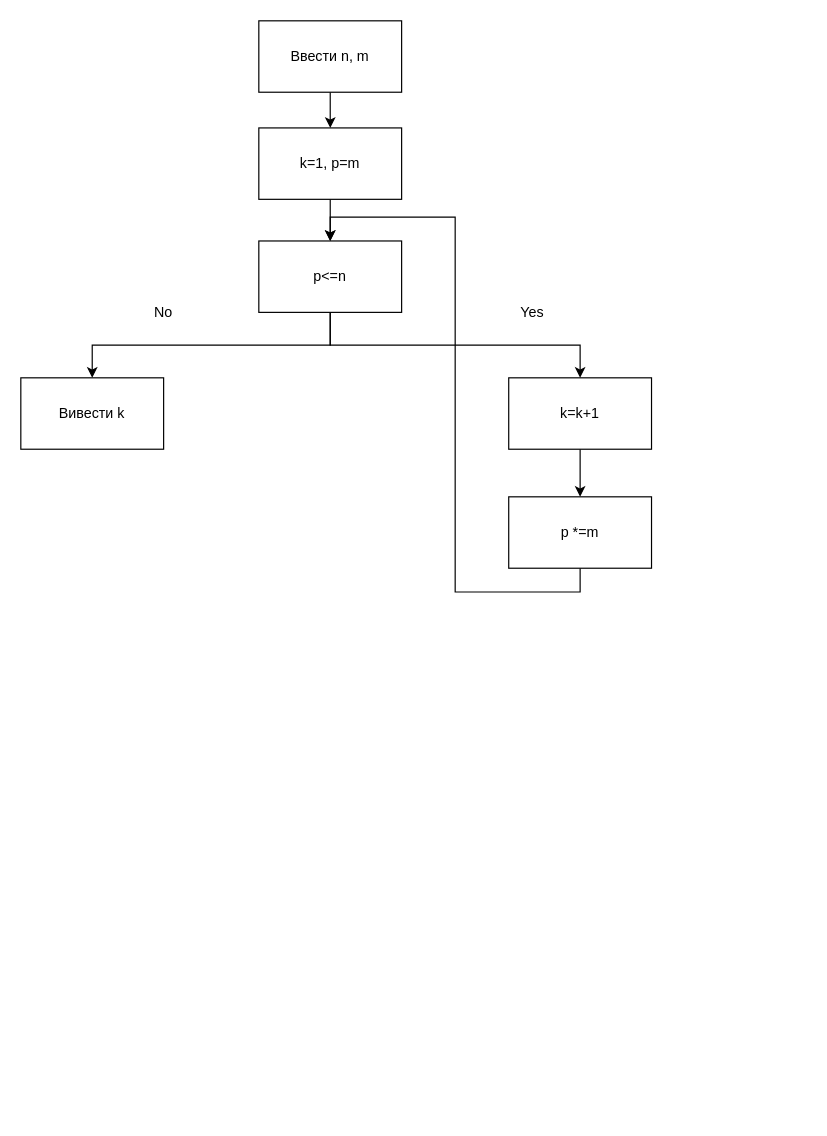
Before: 6/Диаграмма без названия.drawio in duikt588/LR_1, a draw.io diagram. Source tidied: cells renumbered, new cells numbered last; positions are measured from the earlier drawing's top-left corner, leaving out a move shared by most shapes. Both pictures are drawn from the tidied source at 119%, with x=0, y=0 at pixel (20, 20).
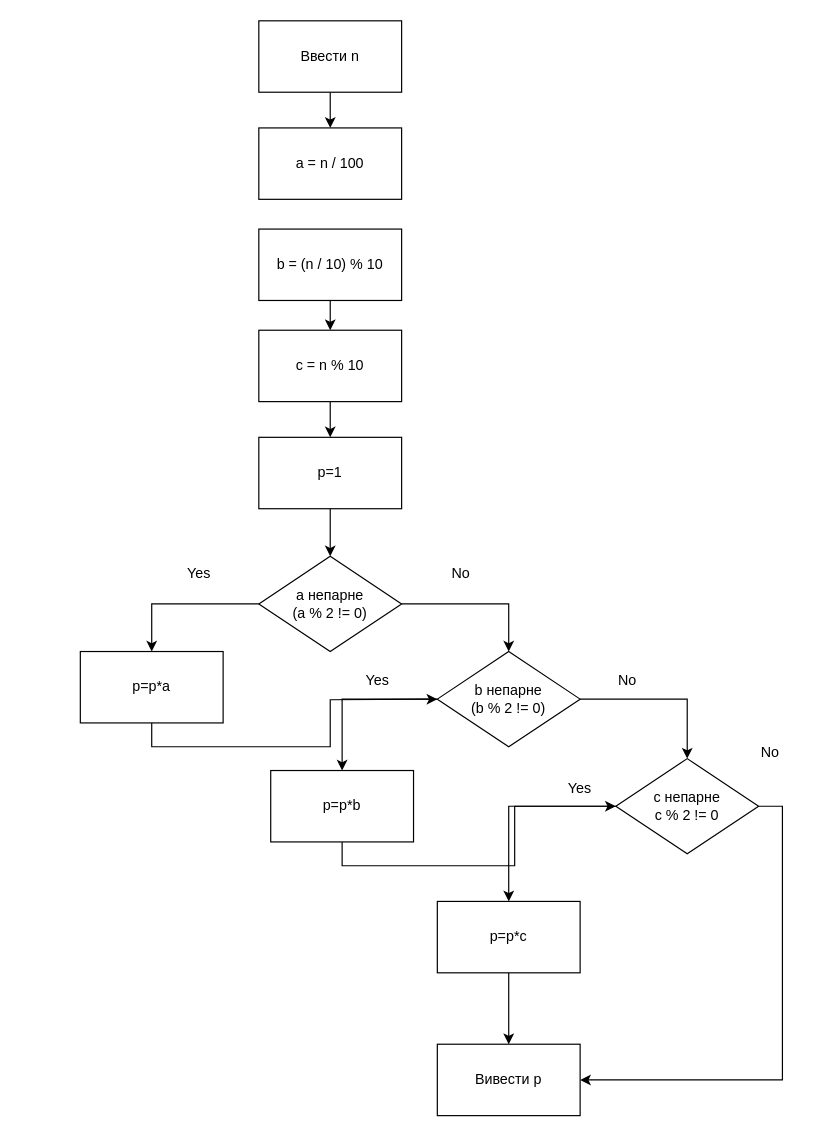
After the change.

Unchanged cells that the change refers to:
```xml
<mxCell id="3" style="rounded=0;whiteSpace=wrap;html=1;" parent="1" vertex="1">
  <mxGeometry x="200" width="120" height="60" as="geometry" />
</mxCell>
```

What changed in the source:
```diff
@@
-    <mxCell id="2" style="edgeStyle=orthogonalEdgeStyle;rounded=0;jettySize=auto;html=1;exitX=0.5;exitY=1;exitDx=0;exitDy=0;entryX=0.5;entryY=0;entryDx=0;entryDy=0;" parent="1" edge="1" source="3" target="8">
+    <mxCell id="2" style="edgeStyle=orthogonalEdgeStyle;rounded=0;jettySize=auto;html=1;" parent="1" edge="1" source="3" target="8">
       <mxGeometry relative="1" as="geometry" />
     </mxCell>
@@
-    <mxCell id="4" style="edgeStyle=orthogonalEdgeStyle;rounded=0;jettySize=auto;html=1;exitX=0.5;exitY=1;exitDx=0;exitDy=0;entryX=0.5;entryY=0;entryDx=0;entryDy=0;" parent="1" edge="1" source="5" target="18">
-      <mxGeometry relative="1" as="geometry" />
-    </mxCell>
-    <mxCell id="5" style="rounded=0;whiteSpace=wrap;html=1;" parent="1" vertex="1">
-      <mxGeometry x="410" y="300" width="120" height="60" as="geometry" />
-    </mxCell>
-    <mxCell id="6" value="Ввести n, m" style="text;html=1;whiteSpace=wrap;strokeColor=none;fillColor=none;align=center;verticalAlign=middle;rounded=0;" parent="1" vertex="1">
+    <mxCell id="6" value="Ввести n" style="text;html=1;whiteSpace=wrap;strokeColor=none;fillColor=none;align=center;verticalAlign=middle;rounded=0;" parent="1" vertex="1">
       <mxGeometry x="220" y="15" width="80" height="30" as="geometry" />
     </mxCell>
-    <mxCell id="7" style="edgeStyle=orthogonalEdgeStyle;rounded=0;jettySize=auto;html=1;exitX=0.5;exitY=1;exitDx=0;exitDy=0;entryX=0.5;entryY=0;entryDx=0;entryDy=0;" parent="1" edge="1" source="8" target="12">
-      <mxGeometry relative="1" as="geometry" />
-    </mxCell>
-    <mxCell id="8" style="rounded=0;whiteSpace=wrap;html=1;" parent="1" vertex="1">
+    <mxCell id="8" value="a = n / 100" style="rounded=0;whiteSpace=wrap;html=1;" parent="1" vertex="1">
       <mxGeometry x="200" y="90" width="120" height="60" as="geometry" />
     </mxCell>
-    <mxCell id="9" value="k=1, p=m" style="text;html=1;whiteSpace=wrap;strokeColor=none;fillColor=none;align=center;verticalAlign=middle;rounded=0;" parent="1" vertex="1">
-      <mxGeometry x="230" y="105" width="60" height="30" as="geometry" />
-    </mxCell>
-    <mxCell id="10" style="edgeStyle=orthogonalEdgeStyle;rounded=0;jettySize=auto;html=1;exitX=0.5;exitY=1;exitDx=0;exitDy=0;entryX=0.5;entryY=0;entryDx=0;entryDy=0;" parent="1" edge="1" source="12" target="14">
-      <mxGeometry relative="1" as="geometry" />
-    </mxCell>
-    <mxCell id="11" style="edgeStyle=orthogonalEdgeStyle;rounded=0;jettySize=auto;html=1;exitX=0.5;exitY=1;exitDx=0;exitDy=0;" parent="1" edge="1" source="12" target="5">
-      <mxGeometry relative="1" as="geometry" />
-    </mxCell>
-    <mxCell id="12" style="rounded=0;whiteSpace=wrap;html=1;" parent="1" vertex="1">
-      <mxGeometry x="200" y="185" width="120" height="60" as="geometry" />
-    </mxCell>
-    <mxCell id="13" value="p&amp;lt;=n" style="text;html=1;whiteSpace=wrap;strokeColor=none;fillColor=none;align=center;verticalAlign=middle;rounded=0;" parent="1" vertex="1">
-      <mxGeometry x="230" y="200" width="60" height="30" as="geometry" />
-    </mxCell>
-    <mxCell id="14" style="rounded=0;whiteSpace=wrap;html=1;" parent="1" vertex="1">
-      <mxGeometry y="300" width="120" height="60" as="geometry" />
-    </mxCell>
-    <mxCell id="15" value="Вивести k" style="text;html=1;whiteSpace=wrap;strokeColor=none;fillColor=none;align=center;verticalAlign=middle;rounded=0;" parent="1" vertex="1">
-      <mxGeometry x="30" y="315" width="60" height="30" as="geometry" />
-    </mxCell>
-    <mxCell id="16" value="k=k+1" style="text;html=1;whiteSpace=wrap;strokeColor=none;fillColor=none;align=center;verticalAlign=middle;rounded=0;" parent="1" vertex="1">
-      <mxGeometry x="440" y="315" width="60" height="30" as="geometry" />
-    </mxCell>
-    <mxCell id="17" style="edgeStyle=orthogonalEdgeStyle;rounded=0;jettySize=auto;html=1;exitX=0.5;exitY=1;exitDx=0;exitDy=0;entryX=0.5;entryY=0;entryDx=0;entryDy=0;" parent="1" edge="1" source="18" target="12">
-      <mxGeometry relative="1" as="geometry" />
-    </mxCell>
-    <mxCell id="18" value="p *=m" style="rounded=0;whiteSpace=wrap;html=1;" parent="1" vertex="1">
-      <mxGeometry x="410" y="400" width="120" height="60" as="geometry" />
-    </mxCell>
-    <mxCell id="19" value="No" style="text;html=1;whiteSpace=wrap;strokeColor=none;fillColor=none;align=center;verticalAlign=middle;rounded=0;" parent="1" vertex="1">
-      <mxGeometry x="90" y="230" width="60" height="30" as="geometry" />
-    </mxCell>
-    <mxCell id="20" value="Yes" style="text;html=1;whiteSpace=wrap;strokeColor=none;fillColor=none;align=center;verticalAlign=middle;rounded=0;" parent="1" vertex="1">
-      <mxGeometry x="400" y="230" width="60" height="30" as="geometry" />
-    </mxCell>
+    <mxCell id="21" style="edgeStyle=orthogonalEdgeStyle;rounded=0;jettySize=auto;html=1;" parent="1" edge="1" source="22" target="25">
+      <mxGeometry relative="1" as="geometry" />
+    </mxCell>
+    <mxCell id="22" style="rounded=0;whiteSpace=wrap;html=1;" parent="1" vertex="1">
+      <mxGeometry x="200" y="175" width="120" height="60" as="geometry" />
+    </mxCell>
+    <mxCell id="23" value="b = (n / 10) % 10" style="text;html=1;whiteSpace=wrap;strokeColor=none;fillColor=none;align=center;verticalAlign=middle;rounded=0;" parent="1" vertex="1">
+      <mxGeometry x="210" y="190" width="100" height="30" as="geometry" />
+    </mxCell>
+    <mxCell id="24" style="edgeStyle=orthogonalEdgeStyle;rounded=0;jettySize=auto;html=1;" parent="1" edge="1" source="25" target="27">
+      <mxGeometry relative="1" as="geometry" />
+    </mxCell>
+    <mxCell id="25" value="c = n % 10" style="rounded=0;whiteSpace=wrap;html=1;" parent="1" vertex="1">
+      <mxGeometry x="200" y="260" width="120" height="60" as="geometry" />
+    </mxCell>
+    <mxCell id="26" style="edgeStyle=orthogonalEdgeStyle;rounded=0;jettySize=auto;html=1;" parent="1" edge="1" source="27" target="30">
+      <mxGeometry relative="1" as="geometry" />
+    </mxCell>
+    <mxCell id="27" value="p=1" style="rounded=0;whiteSpace=wrap;html=1;" parent="1" vertex="1">
+      <mxGeometry x="200" y="350" width="120" height="60" as="geometry" />
+    </mxCell>
+    <mxCell id="28" style="edgeStyle=orthogonalEdgeStyle;rounded=0;jettySize=auto;html=1;entryX=0.5;entryY=0;entryDx=0;entryDy=0;" parent="1" edge="1" source="30" target="33">
+      <mxGeometry relative="1" as="geometry" />
+    </mxCell>
+    <mxCell id="29" style="edgeStyle=orthogonalEdgeStyle;rounded=0;jettySize=auto;html=1;exitX=1;exitY=0.5;exitDx=0;exitDy=0;entryX=0.5;entryY=0;entryDx=0;entryDy=0;" parent="1" edge="1" source="30" target="39">
+      <mxGeometry relative="1" as="geometry" />
+    </mxCell>
+    <mxCell id="30" style="rhombus;whiteSpace=wrap;html=1;" parent="1" vertex="1">
+      <mxGeometry x="200" y="450" width="120" height="80" as="geometry" />
+    </mxCell>
+    <mxCell id="31" value="a непарне&lt;br&gt;(a % 2 != 0)" style="text;html=1;whiteSpace=wrap;strokeColor=none;fillColor=none;align=center;verticalAlign=middle;rounded=0;" parent="1" vertex="1">
+      <mxGeometry x="225" y="475" width="70" height="30" as="geometry" />
+    </mxCell>
+    <mxCell id="32" style="edgeStyle=orthogonalEdgeStyle;rounded=0;jettySize=auto;html=1;exitX=0.5;exitY=1;exitDx=0;exitDy=0;" parent="1" edge="1" source="33">
+      <mxGeometry relative="1" as="geometry">
+        <mxPoint x="350" y="570" as="targetPoint" />
+      </mxGeometry>
+    </mxCell>
+    <mxCell id="33" style="rounded=0;whiteSpace=wrap;html=1;" parent="1" vertex="1">
+      <mxGeometry x="50" y="530" width="120" height="60" as="geometry" />
+    </mxCell>
+    <mxCell id="34" value="p=p*a" style="text;html=1;whiteSpace=wrap;strokeColor=none;fillColor=none;align=center;verticalAlign=middle;rounded=0;" parent="1" vertex="1">
+      <mxGeometry x="80" y="545" width="60" height="30" as="geometry" />
+    </mxCell>
+    <mxCell id="35" value="Yes" style="text;html=1;whiteSpace=wrap;strokeColor=none;fillColor=none;align=center;verticalAlign=middle;rounded=0;" parent="1" vertex="1">
+      <mxGeometry x="120" y="450" width="60" height="30" as="geometry" />
+    </mxCell>
+    <mxCell id="36" value="No" style="text;html=1;whiteSpace=wrap;strokeColor=none;fillColor=none;align=center;verticalAlign=middle;rounded=0;" parent="1" vertex="1">
+      <mxGeometry x="340" y="450" width="60" height="30" as="geometry" />
+    </mxCell>
+    <mxCell id="37" style="edgeStyle=orthogonalEdgeStyle;rounded=0;jettySize=auto;html=1;exitX=0;exitY=0.5;exitDx=0;exitDy=0;entryX=0.5;entryY=0;entryDx=0;entryDy=0;" parent="1" edge="1" source="39" target="44">
+      <mxGeometry relative="1" as="geometry" />
+    </mxCell>
+    <mxCell id="38" style="edgeStyle=orthogonalEdgeStyle;rounded=0;jettySize=auto;html=1;exitX=1;exitY=0.5;exitDx=0;exitDy=0;entryX=0.5;entryY=0;entryDx=0;entryDy=0;" parent="1" edge="1" source="39" target="47">
+      <mxGeometry relative="1" as="geometry" />
+    </mxCell>
+    <mxCell id="39" style="rhombus;whiteSpace=wrap;html=1;" parent="1" vertex="1">
+      <mxGeometry x="350" y="530" width="120" height="80" as="geometry" />
+    </mxCell>
+    <mxCell id="40" value="b непарне&lt;br&gt;(b % 2 != 0)" style="text;html=1;whiteSpace=wrap;strokeColor=none;fillColor=none;align=center;verticalAlign=middle;rounded=0;" parent="1" vertex="1">
+      <mxGeometry x="370" y="555" width="80" height="30" as="geometry" />
+    </mxCell>
+    <mxCell id="41" value="Yes" style="text;html=1;whiteSpace=wrap;strokeColor=none;fillColor=none;align=center;verticalAlign=middle;rounded=0;" parent="1" vertex="1">
+      <mxGeometry x="270" y="540" width="60" height="30" as="geometry" />
+    </mxCell>
+    <mxCell id="42" value="No" style="text;html=1;whiteSpace=wrap;strokeColor=none;fillColor=none;align=center;verticalAlign=middle;rounded=0;" parent="1" vertex="1">
+      <mxGeometry x="480" y="540" width="60" height="30" as="geometry" />
+    </mxCell>
+    <mxCell id="43" style="edgeStyle=orthogonalEdgeStyle;rounded=0;jettySize=auto;html=1;exitX=0.5;exitY=1;exitDx=0;exitDy=0;entryX=0;entryY=0.5;entryDx=0;entryDy=0;" parent="1" edge="1" source="44" target="47">
+      <mxGeometry relative="1" as="geometry" />
+    </mxCell>
+    <mxCell id="44" style="rounded=0;whiteSpace=wrap;html=1;" parent="1" vertex="1">
+      <mxGeometry x="210" y="630" width="120" height="60" as="geometry" />
+    </mxCell>
+    <mxCell id="45" style="edgeStyle=orthogonalEdgeStyle;rounded=0;jettySize=auto;html=1;exitX=0;exitY=0.5;exitDx=0;exitDy=0;entryX=0.5;entryY=0;entryDx=0;entryDy=0;" parent="1" edge="1" source="47" target="51">
+      <mxGeometry relative="1" as="geometry" />
+    </mxCell>
+    <mxCell id="46" style="edgeStyle=orthogonalEdgeStyle;rounded=0;jettySize=auto;html=1;exitX=1;exitY=0.5;exitDx=0;exitDy=0;entryX=1;entryY=0.5;entryDx=0;entryDy=0;" parent="1" edge="1" source="47" target="55">
+      <mxGeometry relative="1" as="geometry" />
+    </mxCell>
+    <mxCell id="47" style="rhombus;whiteSpace=wrap;html=1;" parent="1" vertex="1">
+      <mxGeometry x="500" y="620" width="120" height="80" as="geometry" />
+    </mxCell>
+    <mxCell id="48" value="p=p*b" style="text;html=1;whiteSpace=wrap;strokeColor=none;fillColor=none;align=center;verticalAlign=middle;rounded=0;" parent="1" vertex="1">
+      <mxGeometry x="240" y="645" width="60" height="30" as="geometry" />
+    </mxCell>
+    <mxCell id="49" value="c непарне&lt;br&gt;c % 2 != 0" style="text;html=1;whiteSpace=wrap;strokeColor=none;fillColor=none;align=center;verticalAlign=middle;rounded=0;" parent="1" vertex="1">
+      <mxGeometry x="530" y="645" width="60" height="30" as="geometry" />
+    </mxCell>
+    <mxCell id="50" style="edgeStyle=orthogonalEdgeStyle;rounded=0;jettySize=auto;html=1;exitX=0.5;exitY=1;exitDx=0;exitDy=0;entryX=0.5;entryY=0;entryDx=0;entryDy=0;" parent="1" edge="1" source="51" target="55">
+      <mxGeometry relative="1" as="geometry" />
+    </mxCell>
+    <mxCell id="51" style="rounded=0;whiteSpace=wrap;html=1;" parent="1" vertex="1">
+      <mxGeometry x="350" y="740" width="120" height="60" as="geometry" />
+    </mxCell>
+    <mxCell id="52" value="Yes" style="text;html=1;whiteSpace=wrap;strokeColor=none;fillColor=none;align=center;verticalAlign=middle;rounded=0;" parent="1" vertex="1">
+      <mxGeometry x="440" y="630" width="60" height="30" as="geometry" />
+    </mxCell>
+    <mxCell id="53" value="No" style="text;html=1;whiteSpace=wrap;strokeColor=none;fillColor=none;align=center;verticalAlign=middle;rounded=0;" parent="1" vertex="1">
+      <mxGeometry x="600" y="600" width="60" height="30" as="geometry" />
+    </mxCell>
+    <mxCell id="54" value="p=p*c" style="text;html=1;whiteSpace=wrap;strokeColor=none;fillColor=none;align=center;verticalAlign=middle;rounded=0;" parent="1" vertex="1">
+      <mxGeometry x="380" y="755" width="60" height="30" as="geometry" />
+    </mxCell>
+    <mxCell id="55" style="rounded=0;whiteSpace=wrap;html=1;" parent="1" vertex="1">
+      <mxGeometry x="350" y="860" width="120" height="60" as="geometry" />
+    </mxCell>
+    <mxCell id="56" value="Вивести p" style="text;html=1;whiteSpace=wrap;strokeColor=none;fillColor=none;align=center;verticalAlign=middle;rounded=0;" parent="1" vertex="1">
+      <mxGeometry x="380" y="875" width="60" height="30" as="geometry" />
+    </mxCell>
```
